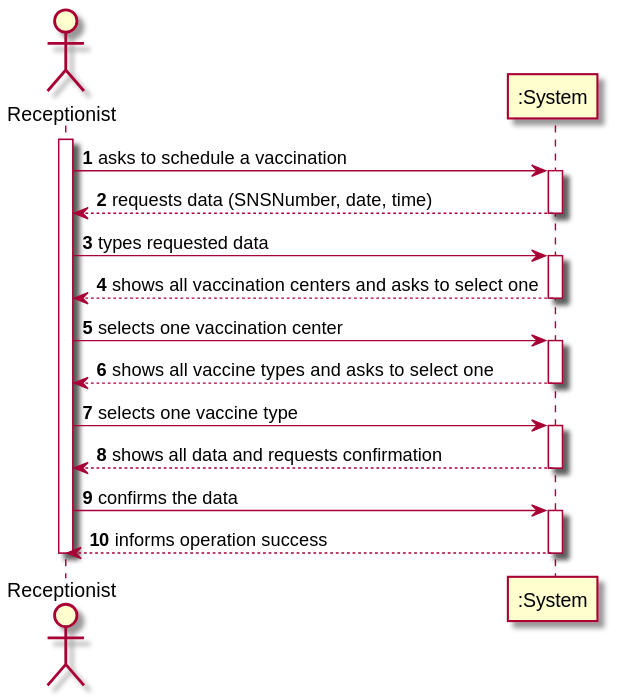
Before: docs/SprintC/US02/SSD/US02_SSD.svg, a diagram exported from PlantUML (miseEnPlace-i/lapr2).
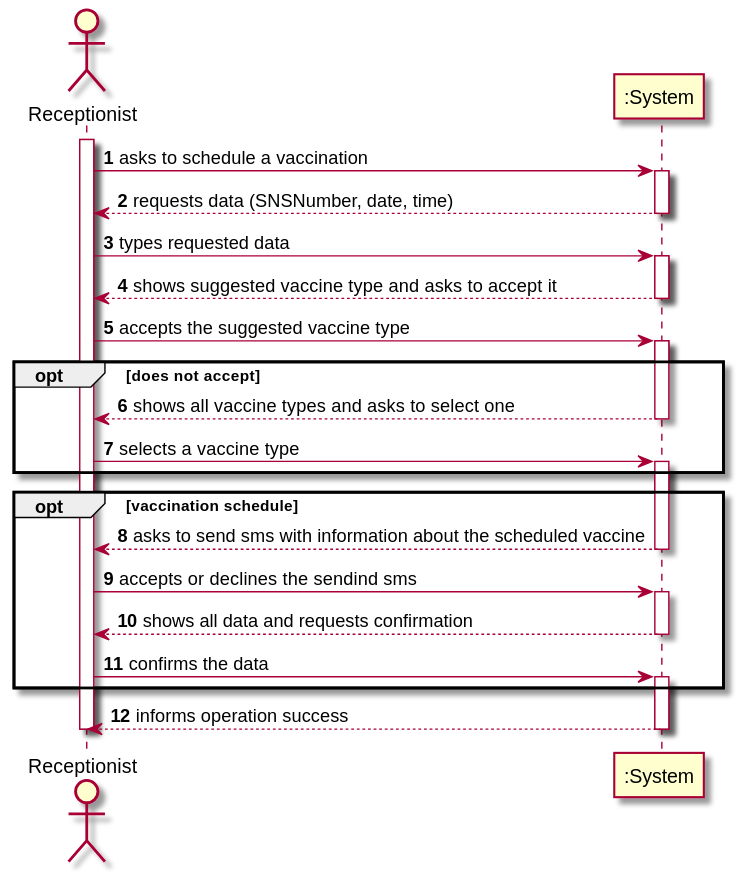
After the change.

Change to the diagram source:
```diff
@@ -10,20 +10,29 @@
 Recept -> ":System" : types requested data
 activate ":System"
 
-":System" --> Recept : shows all vaccination centers and asks to select one
+":System" --> Recept : shows suggested vaccine type and asks to accept it
 deactivate ":System"
-Recept -> ":System" : selects one vaccination center
+Recept -> ":System" : accepts the suggested vaccine type
 activate ":System"
 
+opt does not accept
 ":System" --> Recept : shows all vaccine types and asks to select one
 deactivate ":System"
-Recept -> ":System" : selects one vaccine type
+Recept -> ":System" : selects a vaccine type
+activate ":System"
+end
+
+opt vaccination schedule
+":System" --> Recept : asks to send sms with information about the scheduled vaccine
+deactivate ":System"
+Recept -> ":System" : accepts or declines the sendind sms
 activate ":System"
 
 ":System" --> Recept : shows all data and requests confirmation
 deactivate ":System"
 Recept -> ":System" : confirms the data
 activate ":System"
+end
 ":System" --> Recept : informs operation success
 deactivate ":System"
 
```
